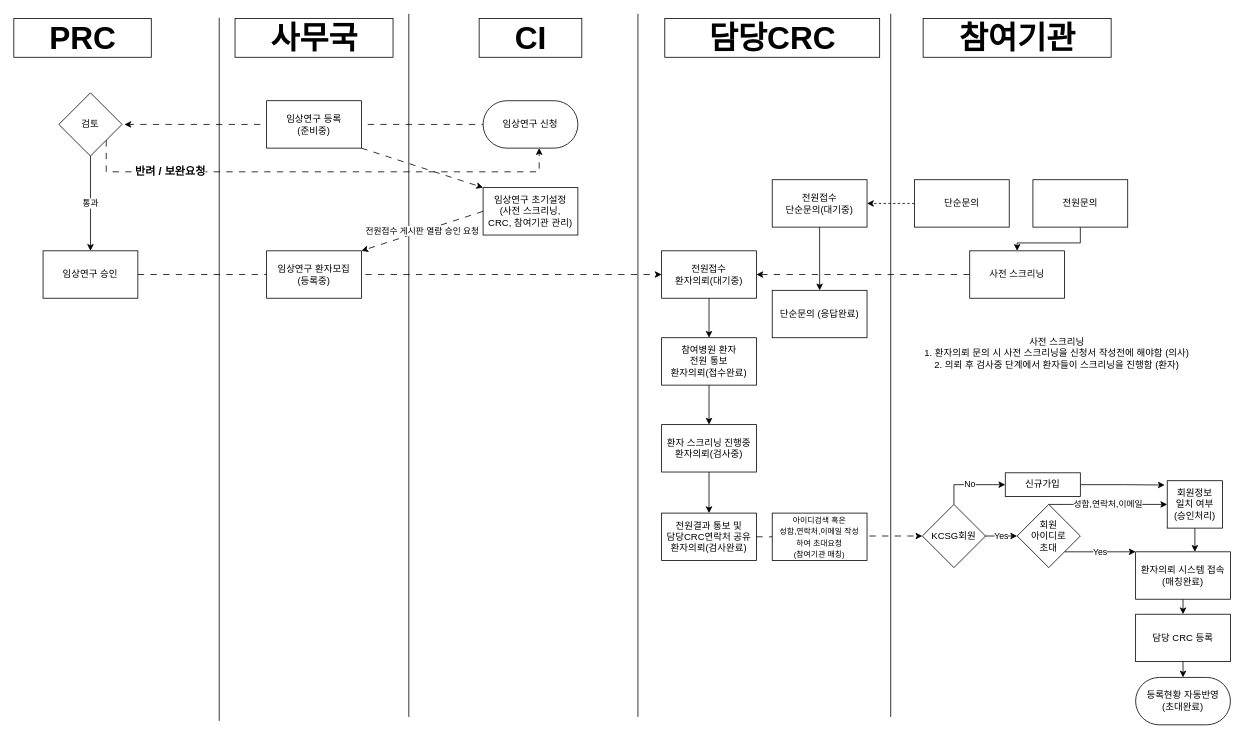
This is page "Process" (1 of 2) of Algo/withSystem.drawio from Mark1237200/Projects, a draw.io file, before an edit. Source tidied: cells renumbered, new cells numbered last; positions are measured from the earlier drawing's top-left corner, leaving out a move shared by most shapes. Both pictures are drawn from the tidied source at 79%, with x=0, y=0 at pixel (43, 13).
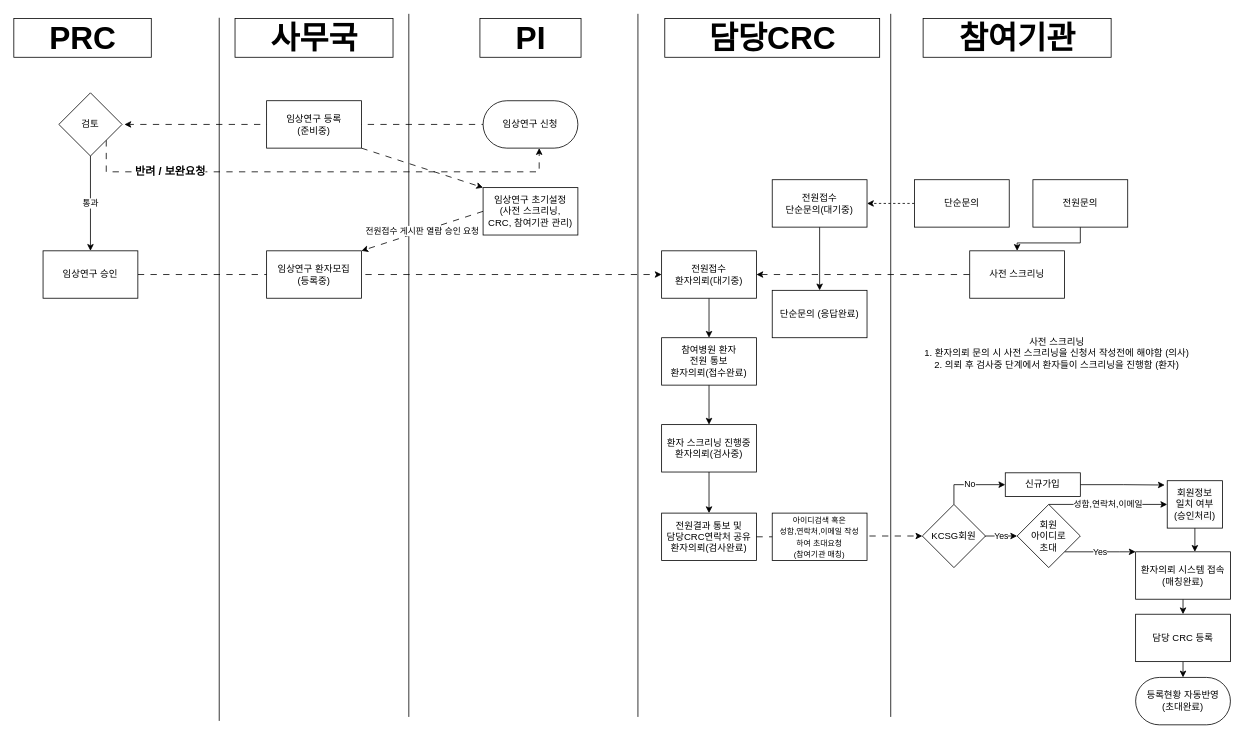
The same page after the edit.

Change to the diagram source:
```diff
@@
-    <mxCell id="5" value="&amp;nbsp; &amp;nbsp; CI&amp;nbsp; &amp;nbsp;&amp;nbsp;" style="text;strokeColor=none;fillColor=none;html=1;fontSize=40;fontStyle=1;verticalAlign=middle;align=center;labelBackgroundColor=#ffffff;labelBorderColor=default;" parent="1" vertex="1">
+    <mxCell id="5" value="&amp;nbsp; &amp;nbsp; PI&amp;nbsp; &amp;nbsp;&amp;nbsp;" style="text;strokeColor=none;fillColor=none;html=1;fontSize=40;fontStyle=1;verticalAlign=middle;align=center;labelBackgroundColor=#ffffff;labelBorderColor=default;" parent="1" vertex="1">
       <mxGeometry x="567" y="10" width="100" height="40" as="geometry" />
     </mxCell>
```
